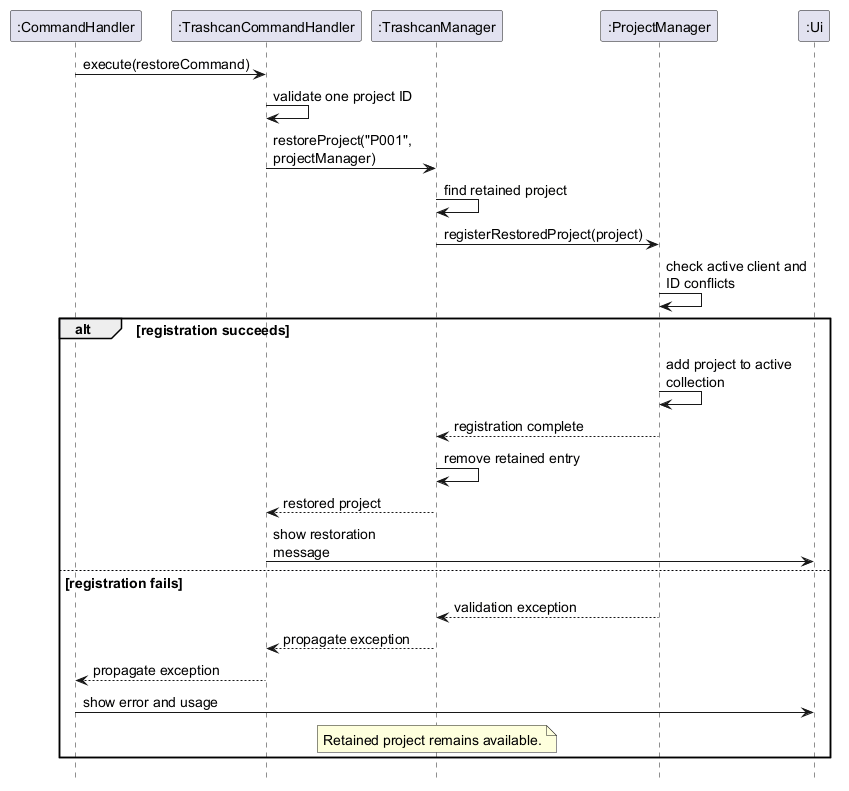
Before: docs/images/ProjectRestoreSequenceDiagram.png, a diagram exported from PlantUML (AY2627S1-CS2113-T10-3/tp).
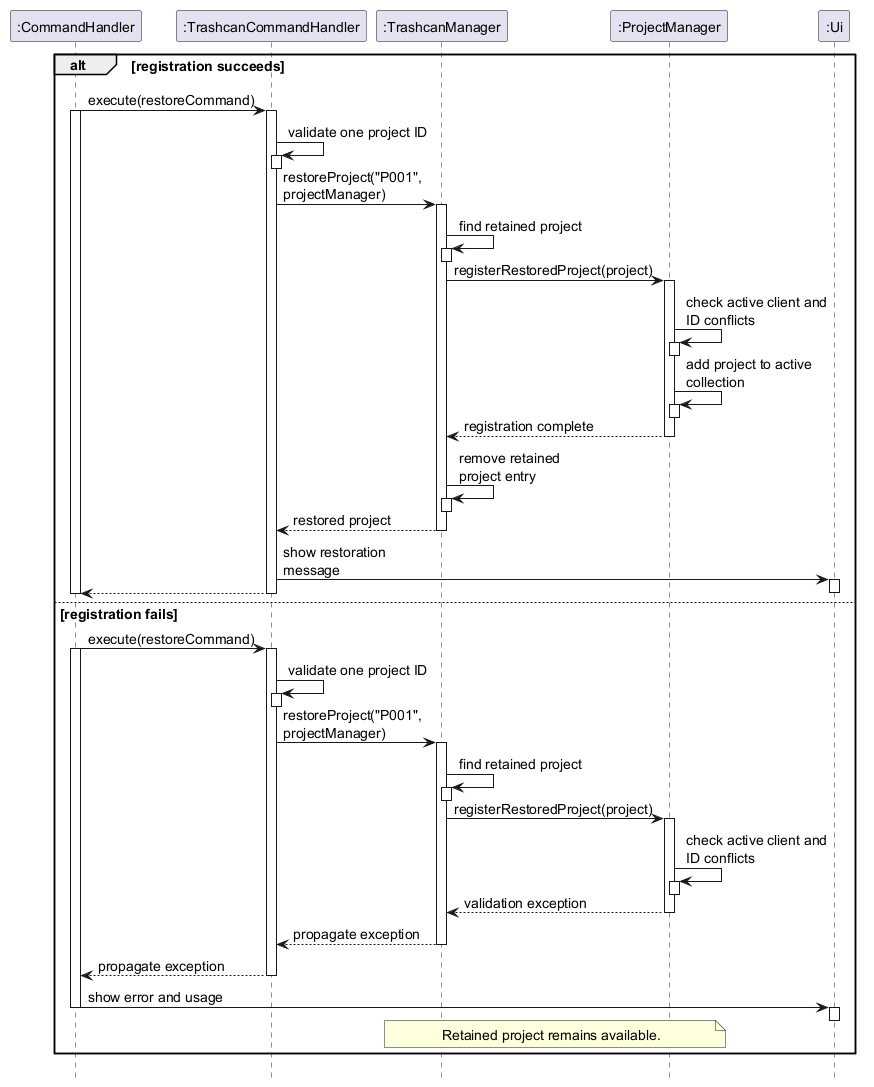
After the commit.

Commit message:
Combine project deletion with other deletions in DG and add activation boxes to sequence diagrams

The edit, as a diff of the source:
```diff
@@ -9,26 +9,69 @@
 participant ":ProjectManager" as PM
 participant ":Ui" as UI
 
-CH -> TCH : execute(restoreCommand)
-TCH -> TCH : validate one project ID
-TCH -> TM : restoreProject("P001", projectManager)
-TM -> TM : find retained project
-TM -> PM : registerRestoredProject(project)
-PM -> PM : check active client and ID conflicts
+alt registration succeeds
+  CH -> TCH : execute(restoreCommand)
+  activate CH
+  activate TCH
+  TCH -> TCH : validate one project ID
+  activate TCH
+  deactivate TCH
+  TCH -> TM : restoreProject("P001", projectManager)
+  activate TM
+  TM -> TM : find retained project
+  activate TM
+  deactivate TM
+  TM -> PM : registerRestoredProject(project)
+  activate PM
+  PM -> PM : check active client and ID conflicts
+  activate PM
+  deactivate PM
+  PM -> PM : add project to active collection
+  activate PM
+  deactivate PM
+  PM --> TM : registration complete
+  deactivate PM
+  TM -> TM : remove retained project entry
+  activate TM
+  deactivate TM
+  TM --> TCH : restored project
+  deactivate TM
+  TCH -> UI : show restoration message
+  activate UI
+  deactivate UI
+  TCH --> CH
+  deactivate TCH
+  deactivate CH
 
-alt registration succeeds
-  PM -> PM : add project to active collection
-  PM --> TM : registration complete
-  TM -> TM : remove retained entry
-  TM --> TCH : restored project
-  TCH -> UI : show restoration message
 else registration fails
+  CH -> TCH : execute(restoreCommand)
+  activate CH
+  activate TCH
+  TCH -> TCH : validate one project ID
+  activate TCH
+  deactivate TCH
+  TCH -> TM : restoreProject("P001", projectManager)
+  activate TM
+  TM -> TM : find retained project
+  activate TM
+  deactivate TM
+  TM -> PM : registerRestoredProject(project)
+  activate PM
+  PM -> PM : check active client and ID conflicts
+  activate PM
+  deactivate PM
   PM --> TM : validation exception
+  deactivate PM
   TM --> TCH : propagate exception
+  deactivate TM
   TCH --> CH : propagate exception
+  deactivate TCH
   CH -> UI : show error and usage
-  note over TM
+  activate UI
+  deactivate UI
+  note over TM, PM
     Retained project remains available.
   end note
+  deactivate CH
 end
 @enduml
```
